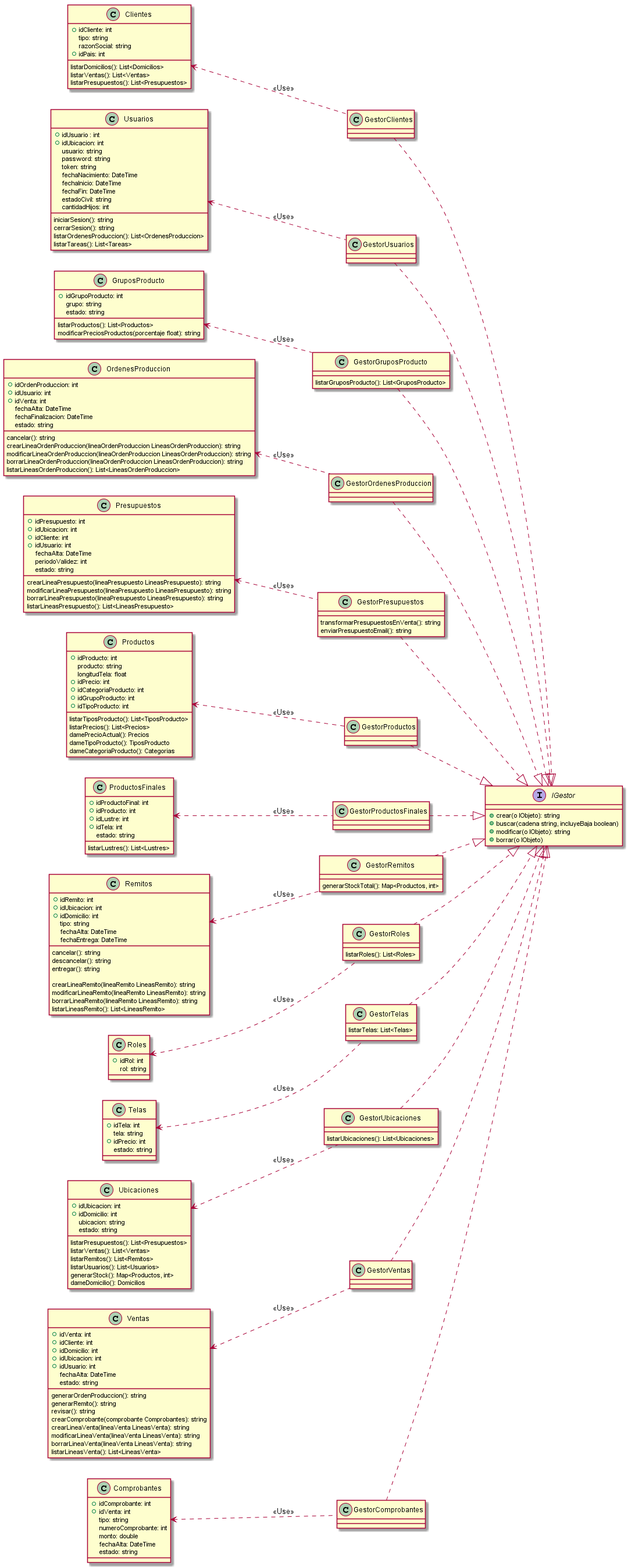
Above: Informe Final/Imagenes/DiagramaClases/Vistas/vistaCanonica.png in ZMGestion/DocumentacionZMGestion (PlantUML), before the change.
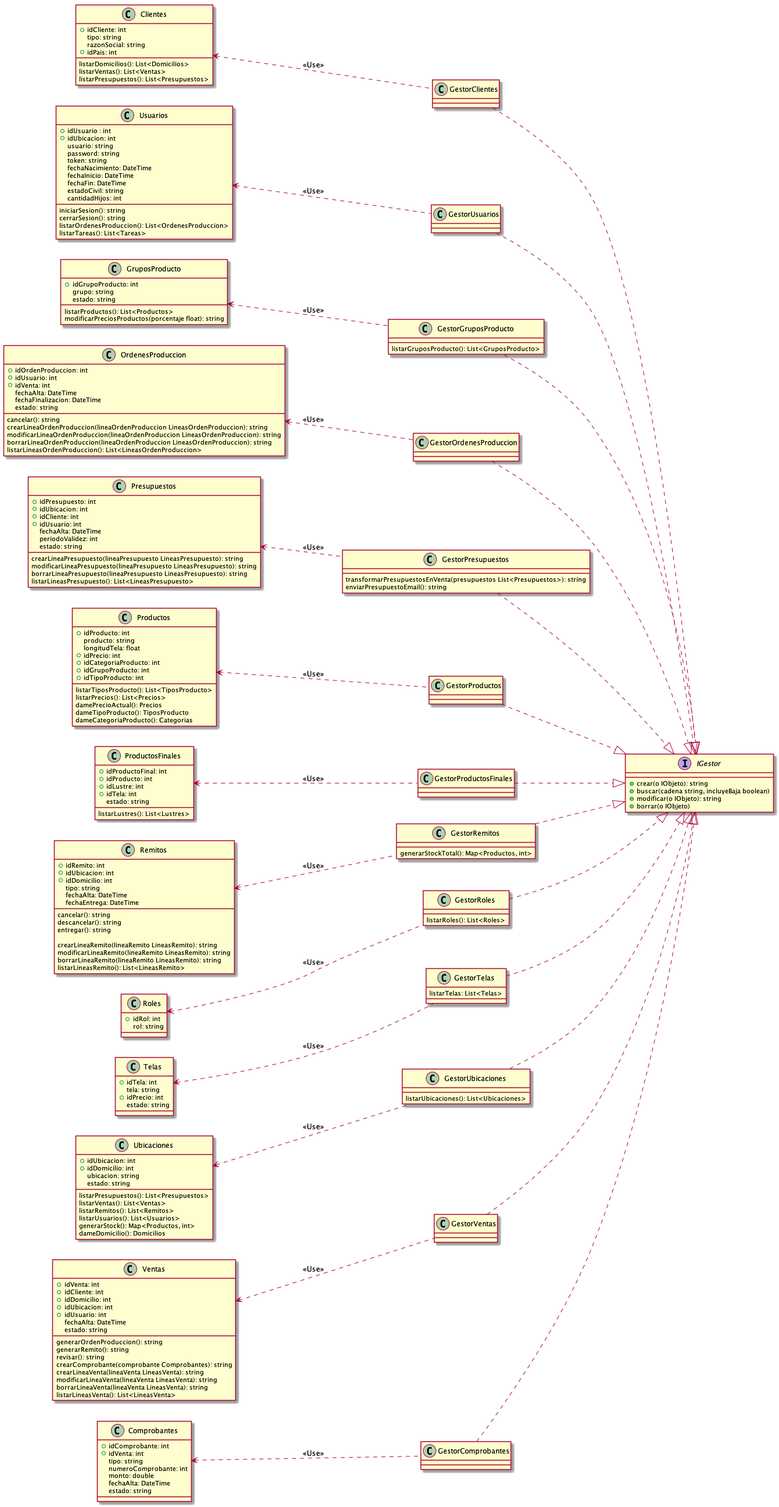
After the commit.

The edit, as a diff of the source:
```diff
@@ -24,7 +24,7 @@
 
 
 class GestorPresupuestos{
-    transformarPresupuestosEnVenta(): string
+    transformarPresupuestosEnVenta(presupuestos List<Presupuestos>): string
     enviarPresupuestoEmail(): string
 }
 class GestorProductos{
@@ -196,6 +196,7 @@
     tipo: string
     fechaAlta: DateTime
     fechaEntrega: DateTime
+
     cancelar(): string
     descancelar(): string
     entregar(): string
```
